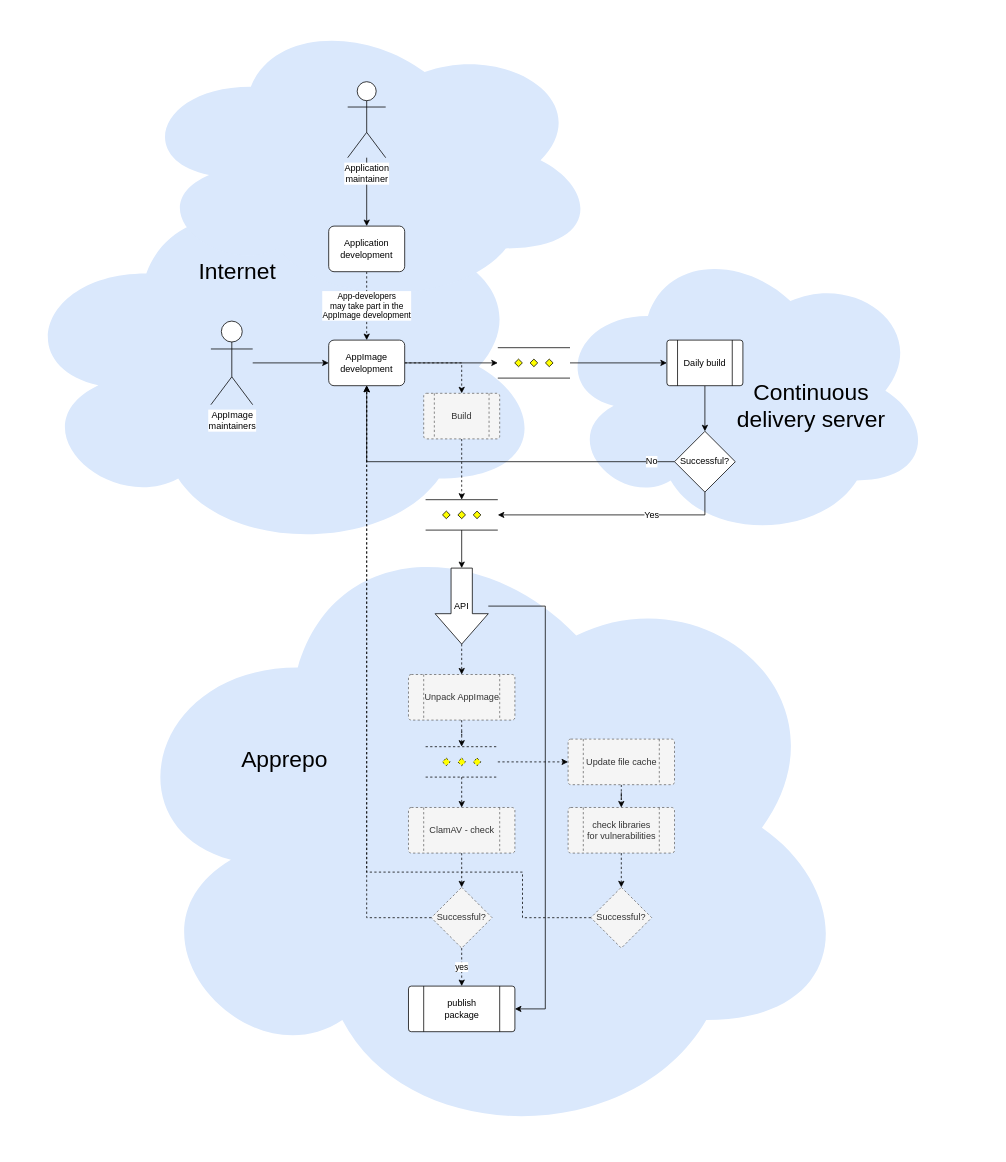
The draw.io diagram charts/flow.drawio in pkgforge-community/nx-appbuild-hub_Store-Web.AppImage, before the edit. Source tidied: cells renumbered, new cells numbered last; positions are measured from the earlier drawing's top-left corner, leaving out a move shared by most shapes. Both pictures are drawn from the tidied source at 76%, with x=0, y=0 at pixel (13, 13).
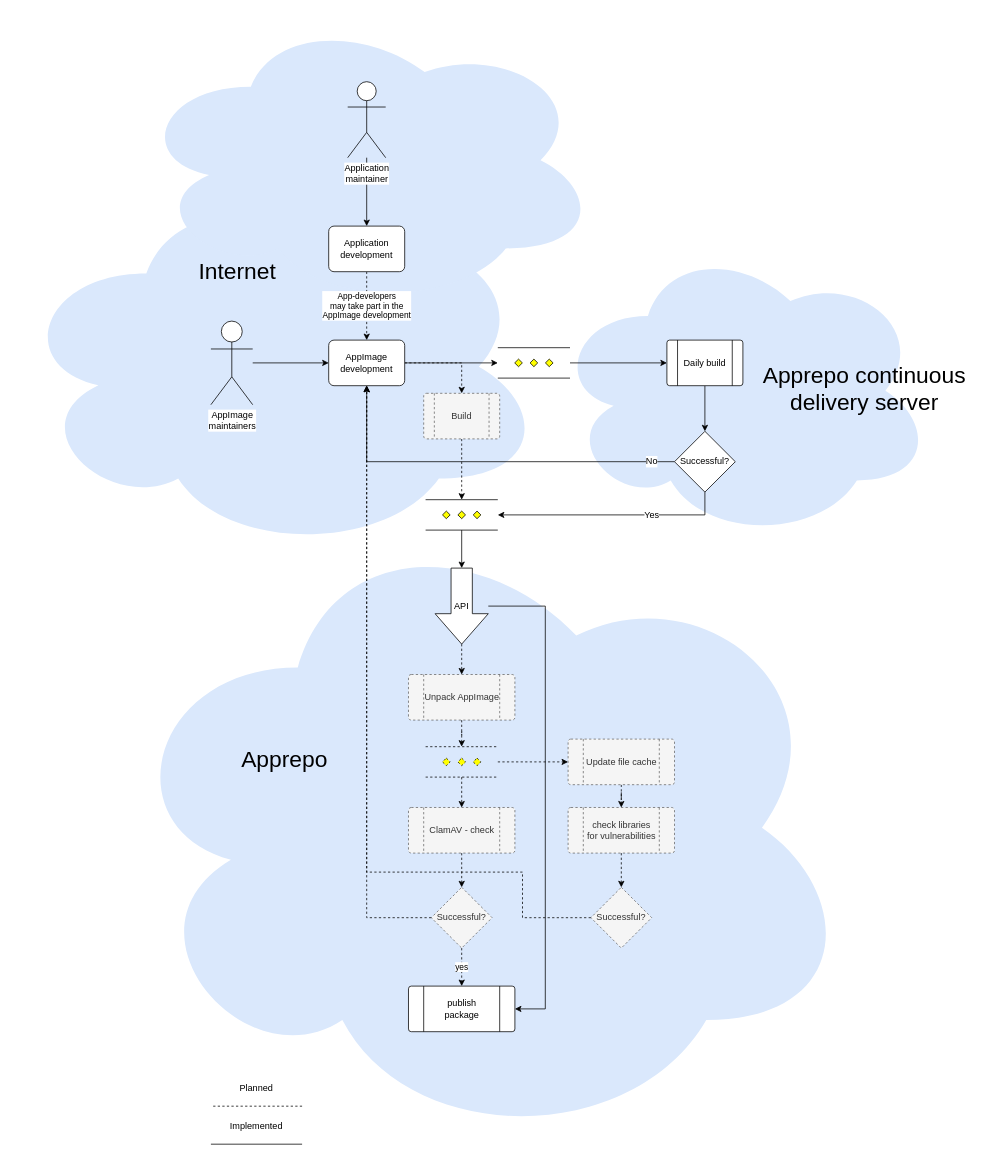
The same page after the edit.

Diff of the diagram source:
```diff
@@
-    <mxCell id="43" value="Continuous &lt;br&gt;delivery server" style="text;html=1;strokeColor=none;fillColor=none;align=center;verticalAlign=middle;whiteSpace=wrap;rounded=0;fontSize=30;" parent="1" vertex="1">
-      <mxGeometry x="880" y="460" width="340" height="112.8" as="geometry" />
+    <mxCell id="43" value="Apprepo continuous &lt;br&gt;delivery server" style="text;html=1;strokeColor=none;fillColor=none;align=center;verticalAlign=middle;whiteSpace=wrap;rounded=0;fontSize=30;" parent="1" vertex="1">
+      <mxGeometry x="950" y="437.1" width="340" height="112.8" as="geometry" />
     </mxCell>
@@
+    <mxCell id="52" style="group;" parent="1" vertex="1">
+      <mxGeometry x="260" y="1390" width="120" height="48" as="geometry" />
+    </mxCell>
+    <mxCell id="53" value="Planned" style="text;html=1;strokeColor=none;fillColor=none;align=center;verticalAlign=middle;whiteSpace=wrap;rounded=0;" parent="52" vertex="1">
+      <mxGeometry width="120" height="48" as="geometry" />
+    </mxCell>
+    <mxCell id="54" style="endArrow=none;html=1;dashed=1;exitX=1;exitY=1;exitDx=0;exitDy=0;entryX=0;entryY=1;entryDx=0;entryDy=0;" parent="52" edge="1" source="53" target="53">
+      <mxGeometry relative="1" as="geometry" />
+    </mxCell>
+    <mxCell id="55" style="group;" parent="1" vertex="1">
+      <mxGeometry x="260" y="1440" width="120" height="48" as="geometry" />
+    </mxCell>
+    <mxCell id="56" value="Implemented" style="text;html=1;strokeColor=none;fillColor=none;align=center;verticalAlign=middle;whiteSpace=wrap;rounded=0;" parent="55" vertex="1">
+      <mxGeometry width="120" height="48" as="geometry" />
+    </mxCell>
+    <mxCell id="57" style="endArrow=none;html=1;exitX=1;exitY=1;exitDx=0;exitDy=0;entryX=0;entryY=1;entryDx=0;entryDy=0;" parent="55" edge="1" source="56" target="56">
+      <mxGeometry relative="1" as="geometry" />
+    </mxCell>
```
